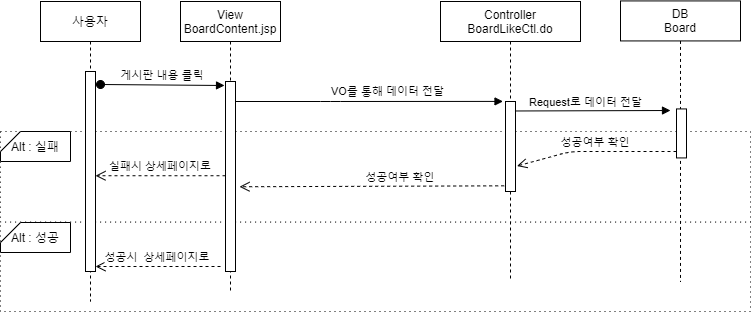
The draw.io diagram Document/Sequence_Diagram/board/Board_Sequence_Diagram-BoardLike.png in JungCG/PotatoMarket, before a commit. Source tidied: cells renumbered, new cells last; positions are measured from the earlier drawing's top-left corner, leaving out a move shared by most shapes. Its diagram source:
```xml
<mxGraphModel>
  <root>
    <mxCell id="0" />
    <mxCell id="1" parent="0" />
    <mxCell id="2" style="rounded=0;whiteSpace=wrap;html=1;dashed=1;dashPattern=1 4;" parent="1" vertex="1">
      <mxGeometry y="221" width="750" height="90" as="geometry" />
    </mxCell>
    <mxCell id="3" style="rounded=0;whiteSpace=wrap;html=1;dashed=1;dashPattern=1 4;" parent="1" vertex="1">
      <mxGeometry y="131" width="750" height="90.6" as="geometry" />
    </mxCell>
    <mxCell id="4" value="사용자" style="shape=umlLifeline;perimeter=lifelinePerimeter;rounded=0;shadow=0;strokeWidth=1;" parent="1" vertex="1">
      <mxGeometry x="40" y="1" width="100" height="300" as="geometry" />
    </mxCell>
    <mxCell id="5" style="points=[];perimeter=orthogonalPerimeter;rounded=0;shadow=0;strokeWidth=1;" parent="4" vertex="1">
      <mxGeometry x="45" y="70" width="10" height="200" as="geometry" />
    </mxCell>
    <mxCell id="6" value="실패시 상세페이지로" style="verticalAlign=bottom;endArrow=open;dashed=1;endSize=8;shadow=0;strokeWidth=1;exitX=0;exitY=0.496;exitDx=0;exitDy=0;exitPerimeter=0;" parent="1" edge="1" source="20" target="5">
      <mxGeometry relative="1" as="geometry" />
    </mxCell>
    <mxCell id="7" value="Controller&#10;BoardLikeCtl.do" style="shape=umlLifeline;perimeter=lifelinePerimeter;rounded=0;shadow=0;strokeWidth=1;" parent="1" vertex="1">
      <mxGeometry x="440" y="1" width="140" height="280" as="geometry" />
    </mxCell>
    <mxCell id="8" style="points=[];perimeter=orthogonalPerimeter;rounded=0;shadow=0;strokeWidth=1;" parent="7" vertex="1">
      <mxGeometry x="65" y="100" width="10" height="90" as="geometry" />
    </mxCell>
    <mxCell id="9" value="DB&#10;Board" style="shape=umlLifeline;perimeter=lifelinePerimeter;rounded=0;shadow=0;strokeWidth=1;" parent="1" vertex="1">
      <mxGeometry x="620" y="0.4" width="120" height="280.6" as="geometry" />
    </mxCell>
    <mxCell id="10" style="points=[];perimeter=orthogonalPerimeter;rounded=0;shadow=0;strokeWidth=1;" parent="9" vertex="1">
      <mxGeometry x="56" y="108" width="10" height="49" as="geometry" />
    </mxCell>
    <mxCell id="11" style="verticalAlign=bottom;endArrow=block;shadow=0;strokeWidth=1;entryX=-0.248;entryY=-0.001;entryDx=0;entryDy=0;entryPerimeter=0;" parent="1" edge="1" source="19" target="8">
      <mxGeometry relative="1" as="geometry">
        <Array as="points">
          <mxPoint x="330" y="101" />
        </Array>
      </mxGeometry>
    </mxCell>
    <mxCell id="12" value="Request로 데이터 전달" style="edgeLabel;html=1;align=center;verticalAlign=middle;" parent="11" vertex="1">
      <mxGeometry y="3" relative="1" as="geometry">
        <mxPoint x="219.1" y="3" as="offset" />
      </mxGeometry>
    </mxCell>
    <mxCell id="13" style="verticalAlign=bottom;endArrow=block;shadow=0;strokeWidth=1;exitX=0.532;exitY=0.391;exitDx=0;exitDy=0;exitPerimeter=0;" parent="1" edge="1" source="7">
      <mxGeometry relative="1" as="geometry">
        <mxPoint x="670" y="110" as="targetPoint" />
      </mxGeometry>
    </mxCell>
    <mxCell id="14" value="VO를 통해 데이터 전달" style="edgeLabel;html=1;align=center;verticalAlign=middle;" parent="13" vertex="1">
      <mxGeometry y="3" relative="1" as="geometry">
        <mxPoint x="-204.6" y="-16.4" as="offset" />
      </mxGeometry>
    </mxCell>
    <mxCell id="15" value="성공여부 확인" style="verticalAlign=bottom;endArrow=open;dashed=1;endSize=8;shadow=0;strokeWidth=1;exitX=-0.133;exitY=0.937;exitDx=0;exitDy=0;exitPerimeter=0;entryX=1.4;entryY=0.554;entryDx=0;entryDy=0;entryPerimeter=0;" parent="1" edge="1" source="8" target="20">
      <mxGeometry x="-0.21" relative="1" as="geometry" />
    </mxCell>
    <mxCell id="16" value="성공여부 확인" style="verticalAlign=bottom;endArrow=open;dashed=1;endSize=8;shadow=0;strokeWidth=1;entryX=1.152;entryY=0.717;entryDx=0;entryDy=0;entryPerimeter=0;" parent="1" edge="1" source="10" target="8">
      <mxGeometry relative="1" as="geometry">
        <Array as="points">
          <mxPoint x="570" y="151" />
        </Array>
      </mxGeometry>
    </mxCell>
    <mxCell id="17" value="Alt : 성공" style="shape=card;whiteSpace=wrap;html=1;size=20;rotation=0;" parent="1" vertex="1">
      <mxGeometry y="222" width="70" height="30" as="geometry" />
    </mxCell>
    <mxCell id="18" value="Alt : 실패" style="shape=card;whiteSpace=wrap;html=1;size=20;rotation=0;" parent="1" vertex="1">
      <mxGeometry y="131" width="70" height="30" as="geometry" />
    </mxCell>
    <mxCell id="19" value="View&#10;BoardContent.jsp" style="shape=umlLifeline;perimeter=lifelinePerimeter;rounded=0;shadow=0;strokeWidth=1;" parent="1" vertex="1">
      <mxGeometry x="180" y="1" width="100" height="290" as="geometry" />
    </mxCell>
    <mxCell id="20" style="points=[];perimeter=orthogonalPerimeter;rounded=0;shadow=0;strokeWidth=1;" parent="19" vertex="1">
      <mxGeometry x="45" y="80" width="10" height="190" as="geometry" />
    </mxCell>
    <mxCell id="21" value="게시판 내용 클릭" style="verticalAlign=bottom;startArrow=oval;endArrow=block;startSize=8;shadow=0;strokeWidth=1;entryX=-0.097;entryY=0.021;entryDx=0;entryDy=0;entryPerimeter=0;" parent="1" edge="1" target="20">
      <mxGeometry relative="1" as="geometry">
        <mxPoint x="100" y="84" as="sourcePoint" />
      </mxGeometry>
    </mxCell>
    <mxCell id="22" value="성공시  상세페이지로" style="verticalAlign=bottom;endArrow=open;dashed=1;endSize=8;shadow=0;strokeWidth=1;" parent="1" edge="1" target="5">
      <mxGeometry relative="1" as="geometry">
        <mxPoint x="220" y="266" as="sourcePoint" />
      </mxGeometry>
    </mxCell>
  </root>
</mxGraphModel>
```
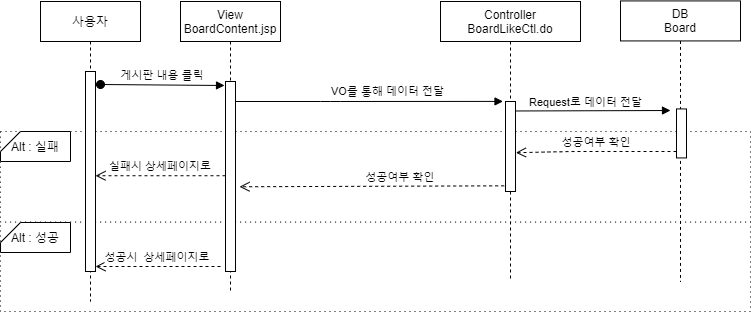
Later version of the same file.

The edit, as a diff of the source:
```diff
@@ -54,7 +54,7 @@
     <mxCell id="15" value="성공여부 확인" style="verticalAlign=bottom;endArrow=open;dashed=1;endSize=8;shadow=0;strokeWidth=1;exitX=-0.133;exitY=0.937;exitDx=0;exitDy=0;exitPerimeter=0;entryX=1.4;entryY=0.554;entryDx=0;entryDy=0;entryPerimeter=0;" parent="1" edge="1" source="8" target="20">
       <mxGeometry x="-0.21" relative="1" as="geometry" />
     </mxCell>
-    <mxCell id="16" value="성공여부 확인" style="verticalAlign=bottom;endArrow=open;dashed=1;endSize=8;shadow=0;strokeWidth=1;entryX=1.152;entryY=0.717;entryDx=0;entryDy=0;entryPerimeter=0;" parent="1" edge="1" source="10" target="8">
+    <mxCell id="16" value="성공여부 확인" style="verticalAlign=bottom;endArrow=open;dashed=1;endSize=8;shadow=0;strokeWidth=1;entryX=1.04;entryY=0.569;entryDx=0;entryDy=0;entryPerimeter=0;" parent="1" edge="1" source="10" target="8">
       <mxGeometry relative="1" as="geometry">
         <Array as="points">
           <mxPoint x="570" y="151" />
```
